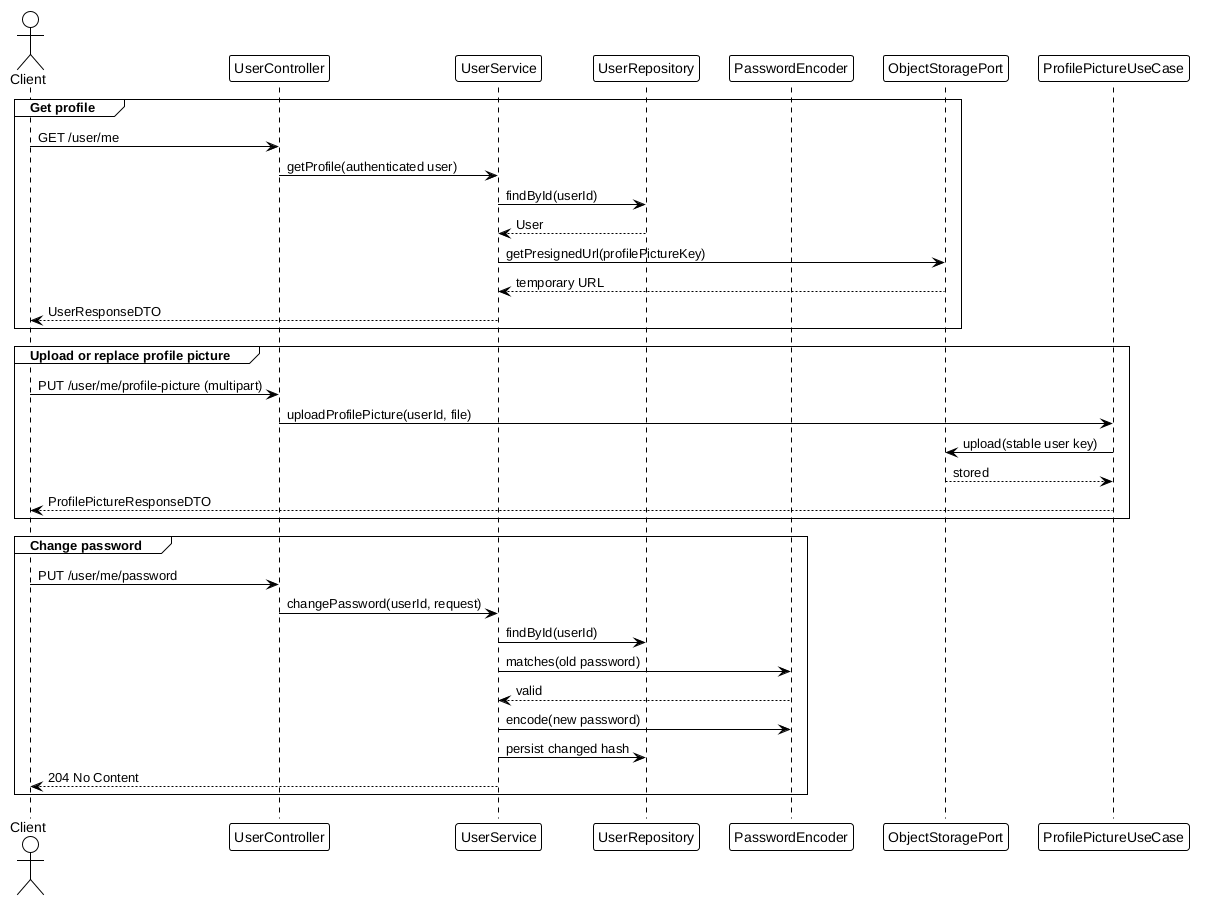
Earlier version of the PlantUML export docs/user/user-sequence.png (genesshoan/fitness-tracker-api).
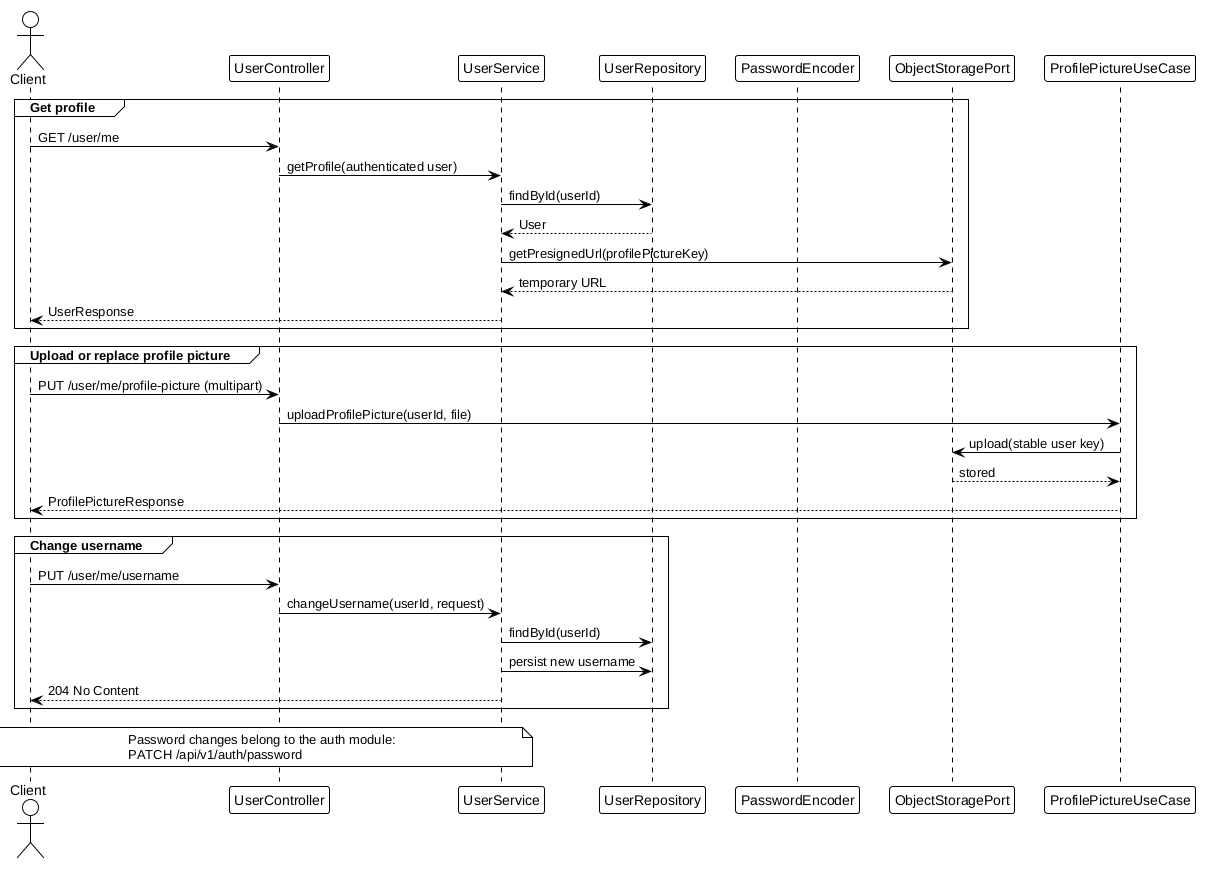
Above is the later version.

Diff of the diagram source:
```diff
@@ -14,7 +14,7 @@
   UserRepository --> UserService : User
   UserService -> ObjectStoragePort : getPresignedUrl(profilePictureKey)
   ObjectStoragePort --> UserService : temporary URL
-  UserService --> Client : UserResponseDTO
+  UserService --> Client : UserResponse
 end
 
 group Upload or replace profile picture
@@ -22,17 +22,19 @@
   UserController -> ProfilePictureUseCase : uploadProfilePicture(userId, file)
   ProfilePictureUseCase -> ObjectStoragePort : upload(stable user key)
   ObjectStoragePort --> ProfilePictureUseCase : stored
-  ProfilePictureUseCase --> Client : ProfilePictureResponseDTO
+  ProfilePictureUseCase --> Client : ProfilePictureResponse
 end
 
-group Change password
-  Client -> UserController : PUT /user/me/password
-  UserController -> UserService : changePassword(userId, request)
+group Change username
+  Client -> UserController : PUT /user/me/username
+  UserController -> UserService : changeUsername(userId, request)
   UserService -> UserRepository : findById(userId)
-  UserService -> PasswordEncoder : matches(old password)
-  PasswordEncoder --> UserService : valid
-  UserService -> PasswordEncoder : encode(new password)
-  UserService -> UserRepository : persist changed hash
+  UserService -> UserRepository : persist new username
   UserService --> Client : 204 No Content
 end
+
+note over Client, UserService
+  Password changes belong to the auth module:
+  PATCH /api/v1/auth/password
+end note
 @enduml
```
